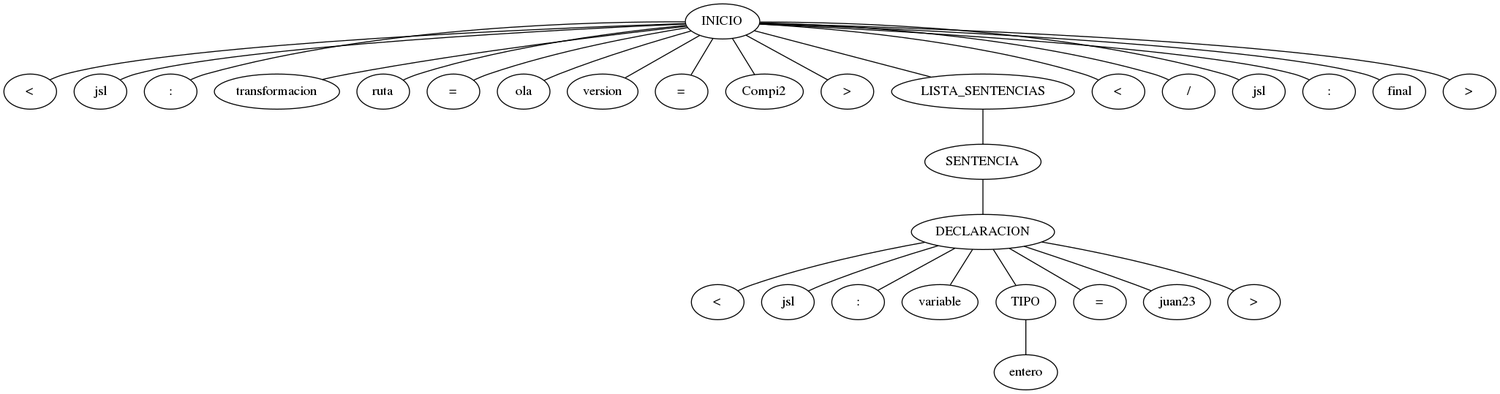
Before: build-Practica1_Compi2-Unnamed-Release/grafo.png, a diagram exported from Graphviz (jerduar/Compi2). Its source is kept beside it as build-Practica1_Compi2-Unnamed-Release/grafo.dot. Source of this version:
```dot
graph g{
 nodo14[label="INICIO"];
nodo15[label="<"];
nodo14--nodo15;
nodo16[label="jsl"];
nodo14--nodo16;
nodo17[label=":"];
nodo14--nodo17;
nodo18[label="transformacion"];
nodo14--nodo18;
nodo19[label="ruta"];
nodo14--nodo19;
nodo20[label="="];
nodo14--nodo20;
nodo21[label=""/ola""];
nodo14--nodo21;
nodo22[label="version"];
nodo14--nodo22;
nodo23[label="="];
nodo14--nodo23;
nodo24[label=""Compi2""];
nodo14--nodo24;
nodo25[label=">"];
nodo14--nodo25;
nodo12[label="LISTA_SENTENCIAS"];
nodo11[label="SENTENCIA"];
nodo3[label="DECLARACION"];
nodo4[label="<"];
nodo3--nodo4;
nodo5[label="jsl"];
nodo3--nodo5;
nodo6[label=":"];
nodo3--nodo6;
nodo7[label="variable"];
nodo3--nodo7;
nodo0[label="TIPO"];
nodo2[label="entero"];
nodo0--nodo2;
nodo3--nodo0;
nodo8[label="="];
nodo3--nodo8;
nodo9[label="juan23"];
nodo3--nodo9;
nodo10[label=">"];
nodo3--nodo10;
nodo11--nodo3;
nodo12--nodo11;
nodo14--nodo12;
nodo26[label="<"];
nodo14--nodo26;
nodo27[label="/"];
nodo14--nodo27;
nodo28[label="jsl"];
nodo14--nodo28;
nodo29[label=":"];
nodo14--nodo29;
nodo30[label="final"];
nodo14--nodo30;
nodo31[label=">"];
nodo14--nodo31;
}
```
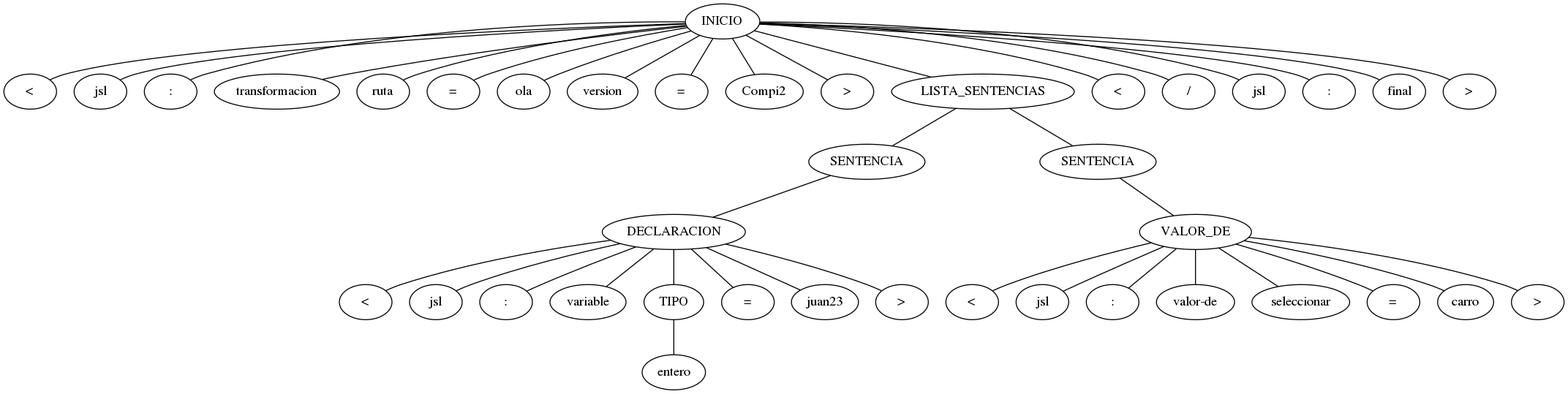
After the commit.

What changed in the source:
```diff
@@ -1,27 +1,27 @@
 graph g{
- nodo14[label="INICIO"];
-nodo15[label="<"];
-nodo14--nodo15;
-nodo16[label="jsl"];
-nodo14--nodo16;
-nodo17[label=":"];
-nodo14--nodo17;
-nodo18[label="transformacion"];
-nodo14--nodo18;
-nodo19[label="ruta"];
-nodo14--nodo19;
-nodo20[label="="];
-nodo14--nodo20;
-nodo21[label=""/ola""];
-nodo14--nodo21;
-nodo22[label="version"];
-nodo14--nodo22;
-nodo23[label="="];
-nodo14--nodo23;
-nodo24[label=""Compi2""];
-nodo14--nodo24;
-nodo25[label=">"];
-nodo14--nodo25;
+ nodo23[label="INICIO"];
+nodo24[label="<"];
+nodo23--nodo24;
+nodo25[label="jsl"];
+nodo23--nodo25;
+nodo26[label=":"];
+nodo23--nodo26;
+nodo27[label="transformacion"];
+nodo23--nodo27;
+nodo28[label="ruta"];
+nodo23--nodo28;
+nodo29[label="="];
+nodo23--nodo29;
+nodo30[label=""/ola""];
+nodo23--nodo30;
+nodo31[label="version"];
+nodo23--nodo31;
+nodo32[label="="];
+nodo23--nodo32;
+nodo33[label=""Compi2""];
+nodo23--nodo33;
+nodo34[label=">"];
+nodo23--nodo34;
 nodo12[label="LISTA_SENTENCIAS"];
 nodo11[label="SENTENCIA"];
 nodo3[label="DECLARACION"];
@@ -45,17 +45,37 @@
 nodo3--nodo10;
 nodo11--nodo3;
 nodo12--nodo11;
-nodo14--nodo12;
-nodo26[label="<"];
-nodo14--nodo26;
-nodo27[label="/"];
-nodo14--nodo27;
-nodo28[label="jsl"];
-nodo14--nodo28;
-nodo29[label=":"];
-nodo14--nodo29;
-nodo30[label="final"];
-nodo14--nodo30;
-nodo31[label=">"];
-nodo14--nodo31;
+nodo22[label="SENTENCIA"];
+nodo13[label="VALOR_DE"];
+nodo14[label="<"];
+nodo13--nodo14;
+nodo15[label="jsl"];
+nodo13--nodo15;
+nodo16[label=":"];
+nodo13--nodo16;
+nodo17[label="valor-de"];
+nodo13--nodo17;
+nodo18[label="seleccionar"];
+nodo13--nodo18;
+nodo19[label="="];
+nodo13--nodo19;
+nodo20[label="juan"];
+nodo13--nodo20;
+nodo21[label=">"];
+nodo13--nodo21;
+nodo22--nodo13;
+nodo12--nodo22;
+nodo23--nodo12;
+nodo35[label="<"];
+nodo23--nodo35;
+nodo36[label="/"];
+nodo23--nodo36;
+nodo37[label="jsl"];
+nodo23--nodo37;
+nodo38[label=":"];
+nodo23--nodo38;
+nodo39[label="final"];
+nodo23--nodo39;
+nodo40[label=">"];
+nodo23--nodo40;
 }
```
